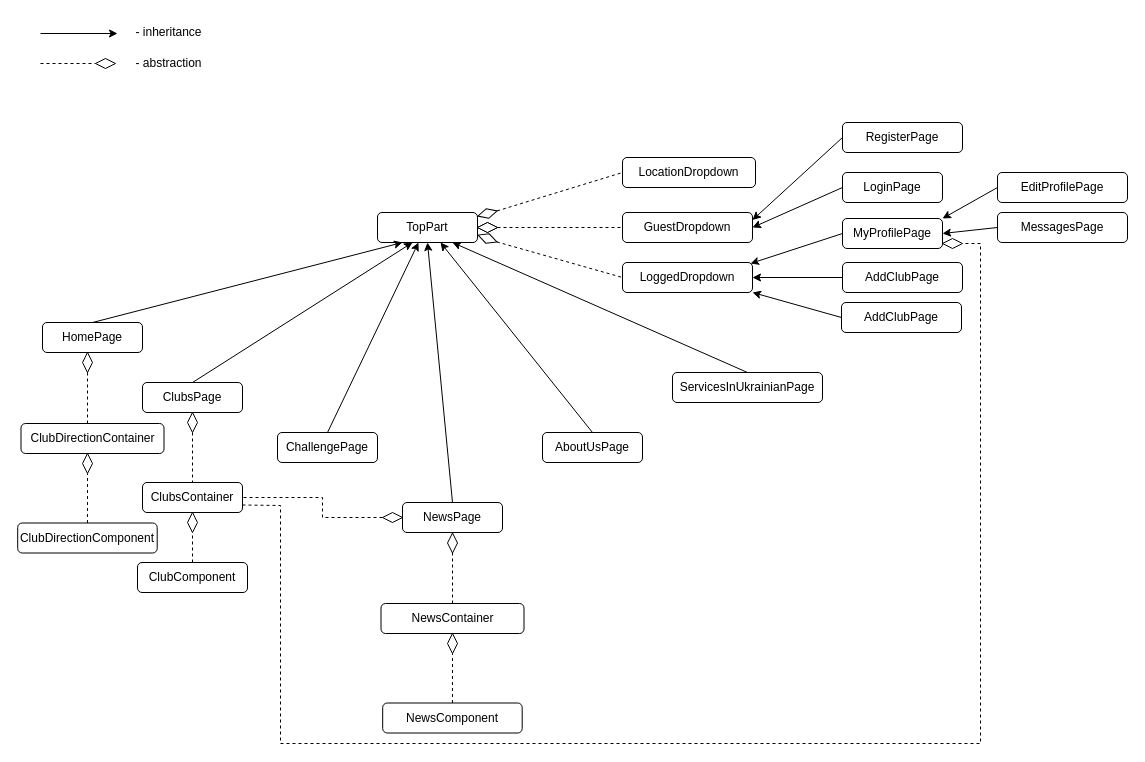
This is assets/project_structure.drawio from ita-social-projects/TeachUA, a draw.io file, before an edit. Source tidied: cells renumbered, new cells numbered last; positions are measured from the earlier drawing's top-left corner, leaving out a move shared by most shapes. Both pictures are drawn from the tidied source at 100%, with x=0, y=0 at pixel (17, 17).
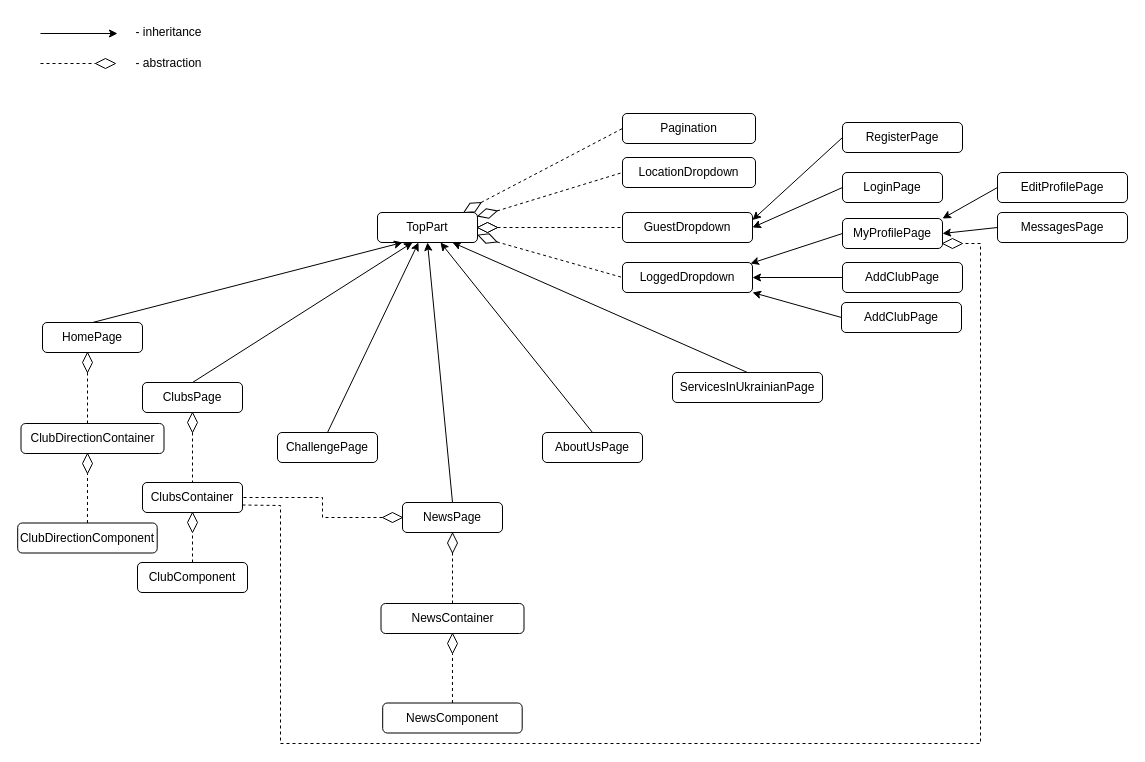
Above is the later version.

Change to the diagram source:
```diff
@@
+    <mxCell id="66" value="Pagination" style="rounded=1;whiteSpace=wrap;html=1;rotation=0;" parent="1" vertex="1">
+      <mxGeometry x="605" y="96" width="133" height="30" as="geometry" />
+    </mxCell>
+    <mxCell id="67" style="endArrow=none;dashed=1;html=1;rounded=0;exitX=0.5;exitY=0;exitDx=0;exitDy=0;entryX=0;entryY=0.5;entryDx=0;entryDy=0;" parent="1" edge="1" source="68" target="66">
+      <mxGeometry relative="1" as="geometry" />
+    </mxCell>
+    <mxCell id="68" style="rhombus;whiteSpace=wrap;html=1;rotation=60;" parent="1" vertex="1">
+      <mxGeometry x="450" y="180" width="10" height="20" as="geometry" />
+    </mxCell>
```
